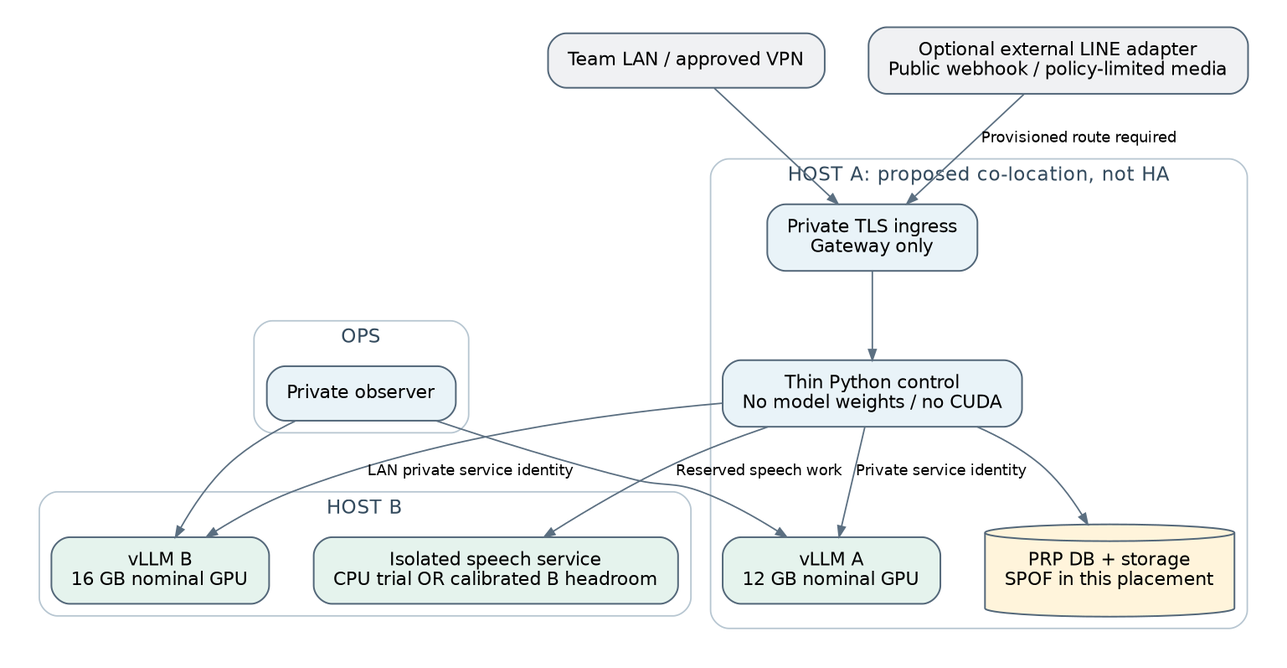
The Graphviz diagram docs/diagrams/png/D04.png in Freshair129/Private-Runtime-Platform, before a commit. Its source is kept beside it as docs/diagrams/source/D04.dot. Source of this version:
```dot
digraph D04 {
	bgcolor=white fontname="DejaVu Sans" fontsize=16 labelloc=t nodesep=0.4 pad=0.25 rankdir=LR ranksep=0.65 splines=spline
	node [color="#536779" fillcolor="#E9F3F8" fontname="DejaVu Sans" fontsize=12 margin="0.18,0.12" penwidth=1.1 shape=box style="rounded,filled"]
	edge [arrowsize=0.7 color="#5B6F81" fontname="DejaVu Sans" fontsize=10]
	subgraph cluster_0 {
		color="#B7C6D1" fontcolor="#344B5E" fontsize=13 label="HOST A: proposed co-location, not HA" style=rounded
		tls [label="Private TLS ingress
Gateway only" fillcolor="#E9F3F8" shape=box]
		ctl [label="Thin Python control
No model weights / no CUDA" fillcolor="#E9F3F8" shape=box]
		db [label="PRP DB + storage
SPOF in this placement" fillcolor="#FFF4DB" shape=cylinder]
		la [label="vLLM A
12 GB nominal GPU" fillcolor="#E5F3ED" shape=box]
	}
	subgraph cluster_1 {
		color="#B7C6D1" fontcolor="#344B5E" fontsize=13 label="HOST B" style=rounded
		lb [label="vLLM B
16 GB nominal GPU" fillcolor="#E5F3ED" shape=box]
		sp [label="Isolated speech service
CPU trial OR calibrated B headroom" fillcolor="#E5F3ED" shape=box]
	}
	subgraph cluster_2 {
		color="#B7C6D1" fontcolor="#344B5E" fontsize=13 label=OPS style=rounded
		obs [label="Private observer" fillcolor="#E9F3F8" shape=box]
	}
	client [label="Team LAN / approved VPN" fillcolor="#F0F1F3" shape=box]
	pub [label="Optional external LINE adapter
Public webhook / policy-limited media" fillcolor="#F0F1F3" shape=box]
	client -> tls [label="" style=solid]
	tls -> ctl [label="" style=solid]
	ctl -> db [label="" style=solid]
	ctl -> la [label="Private service identity" style=solid]
	ctl -> lb [label="LAN private service identity" style=solid]
	ctl -> sp [label="Reserved speech work" style=solid]
	obs -> la [label="" style=solid]
	obs -> lb [label="" style=solid]
	pub -> tls [label="Provisioned route required" style=solid]
	rankdir=LR
	rankdir=TB
	rankdir=TB
}
```
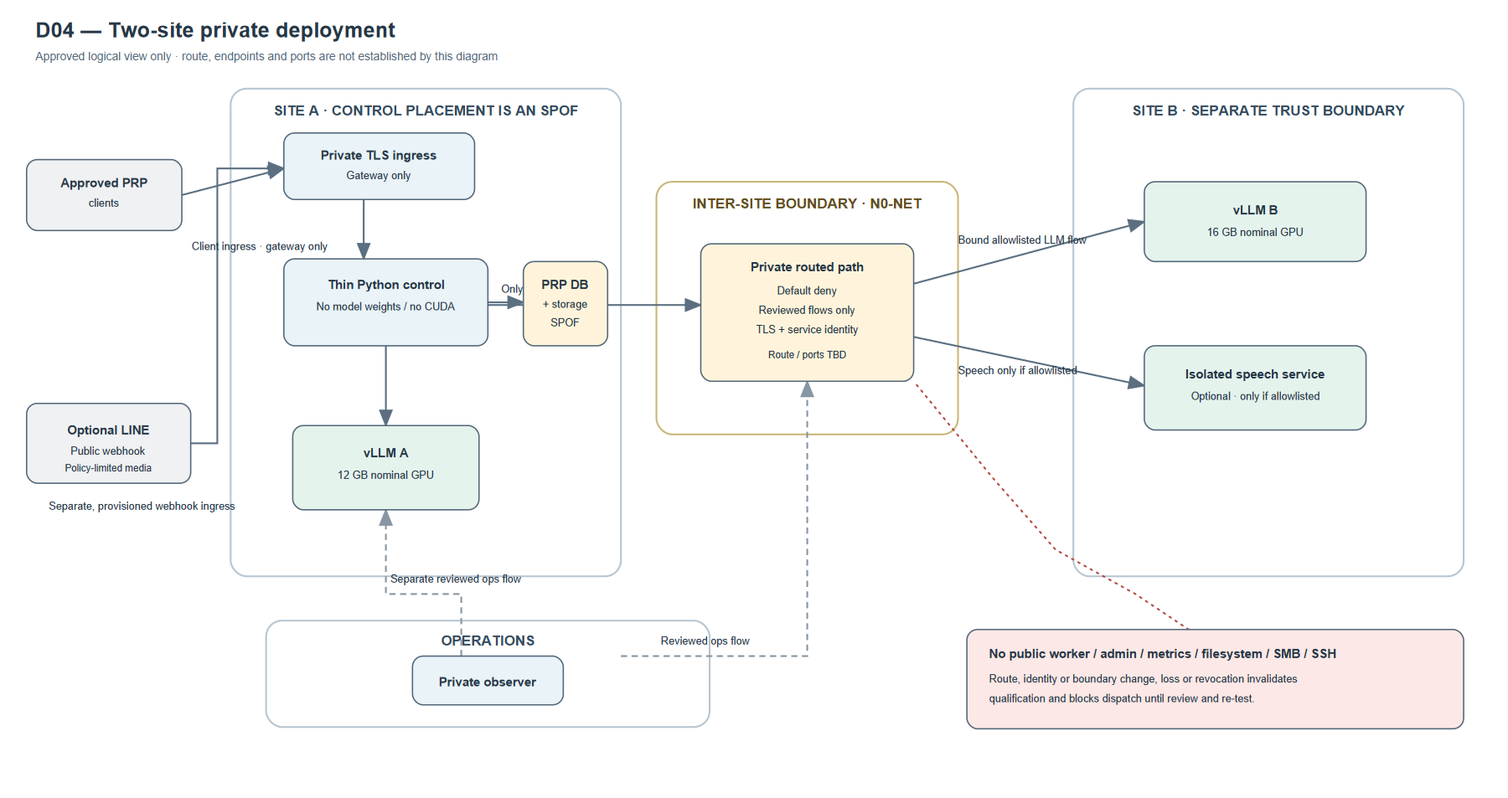
After the change.

What changed in the source:
```diff
@@ -3,7 +3,7 @@
 	node [color="#536779" fillcolor="#E9F3F8" fontname="DejaVu Sans" fontsize=12 margin="0.18,0.12" penwidth=1.1 shape=box style="rounded,filled"]
 	edge [arrowsize=0.7 color="#5B6F81" fontname="DejaVu Sans" fontsize=10]
 	subgraph cluster_0 {
-		color="#B7C6D1" fontcolor="#344B5E" fontsize=13 label="HOST A: proposed co-location, not HA" style=rounded
+		color="#B7C6D1" fontcolor="#344B5E" fontsize=13 label="SITE A: control placement is an SPOF" style=rounded
 		tls [label="Private TLS ingress
 Gateway only" fillcolor="#E9F3F8" shape=box]
 		ctl [label="Thin Python control
@@ -14,7 +14,7 @@
 12 GB nominal GPU" fillcolor="#E5F3ED" shape=box]
 	}
 	subgraph cluster_1 {
-		color="#B7C6D1" fontcolor="#344B5E" fontsize=13 label="HOST B" style=rounded
+		color="#B7C6D1" fontcolor="#344B5E" fontsize=13 label="SITE B: separate trust boundary" style=rounded
 		lb [label="vLLM B
 16 GB nominal GPU" fillcolor="#E5F3ED" shape=box]
 		sp [label="Isolated speech service
@@ -24,18 +24,25 @@
 		color="#B7C6D1" fontcolor="#344B5E" fontsize=13 label=OPS style=rounded
 		obs [label="Private observer" fillcolor="#E9F3F8" shape=box]
 	}
-	client [label="Team LAN / approved VPN" fillcolor="#F0F1F3" shape=box]
+	subgraph cluster_3 {
+		color="#C9B77A" fontcolor="#614D20" fontsize=13 label="INTER-SITE BOUNDARY: N0-NET" style=rounded
+		link [label="Private routed encrypted path\nDefault deny; route / ports TBD\nReviewed flows only; TLS + service identity" fillcolor="#FFF4DB" shape=box]
+	}
+	client [label="Approved PRP clients\nGateway ingress only" fillcolor="#F0F1F3" shape=box]
 	pub [label="Optional external LINE adapter
 Public webhook / policy-limited media" fillcolor="#F0F1F3" shape=box]
+	deny [label="No public worker/admin/metrics/filesystem/SMB/SSH\nRoute change or loss invalidates qualification; fail closed" fillcolor="#FCE8E6" shape=note]
 	client -> tls [label="" style=solid]
 	tls -> ctl [label="" style=solid]
 	ctl -> db [label="" style=solid]
-	ctl -> la [label="Private service identity" style=solid]
-	ctl -> lb [label="LAN private service identity" style=solid]
-	ctl -> sp [label="Reserved speech work" style=solid]
+	ctl -> la [label="Private TLS + service identity" style=solid]
+	ctl -> link [label="Only after N0-NET" style=solid]
+	link -> lb [label="Bound allowlisted LLM flow" style=solid]
+	link -> sp [label="Speech only if allowlisted" style=solid]
 	obs -> la [label="" style=solid]
-	obs -> lb [label="" style=solid]
-	pub -> tls [label="Provisioned route required" style=solid]
+	obs -> link [label="Separate reviewed ops flow" style=dashed]
+	pub -> tls [label="Separate provisioned ingress" style=solid]
+	deny -> link [label="" style=dotted arrowhead=none]
 	rankdir=LR
 	rankdir=TB
 	rankdir=TB
```
